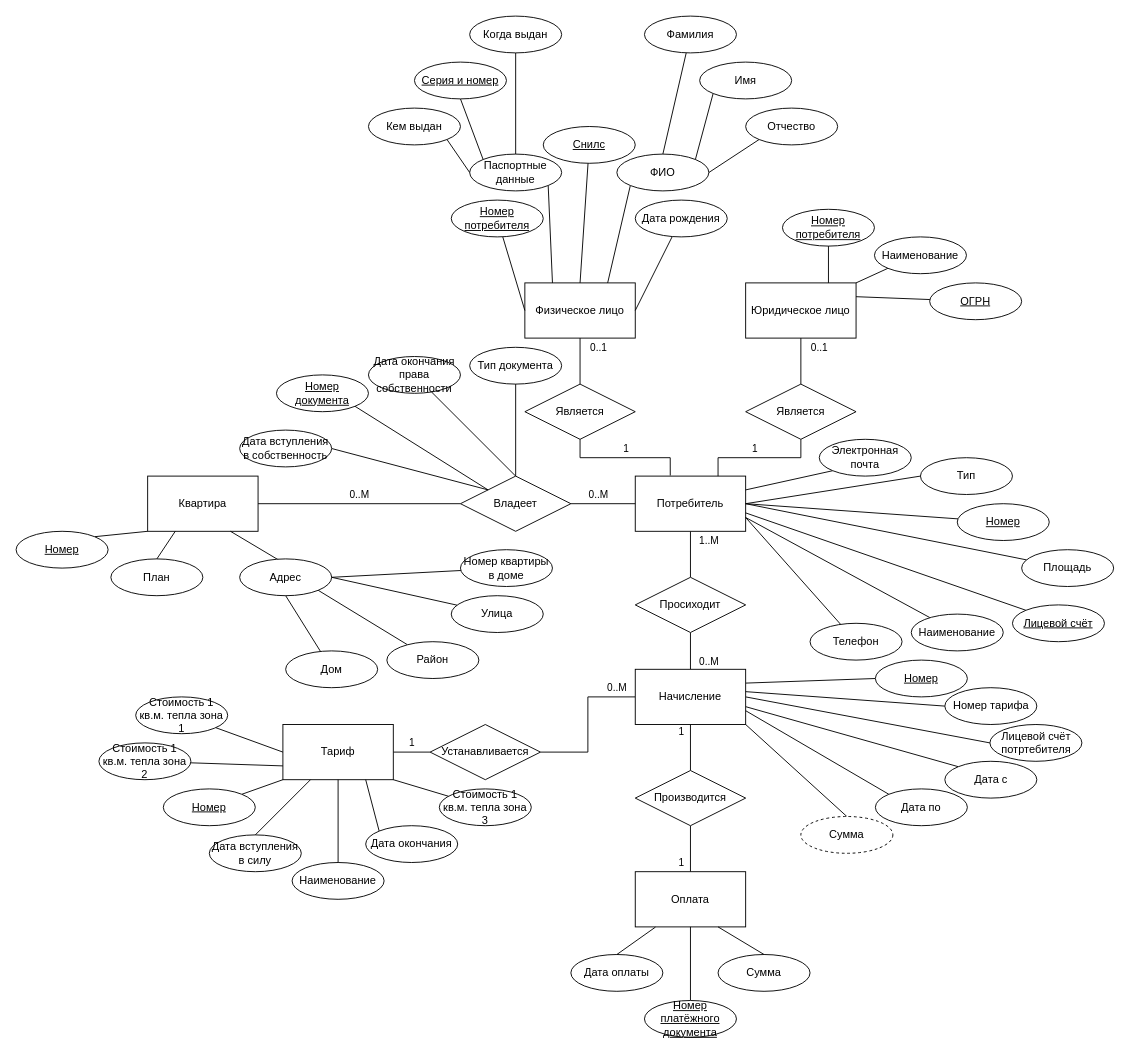
Before: PBD/Z2/Диаграмма/Концептуальная схема уровней сущностей.drawio in Mutabona/4Semestr, a draw.io diagram. Source tidied: cells renumbered, new cells numbered last; positions are measured from the earlier drawing's top-left corner, leaving out a move shared by most shapes. Both pictures are drawn from the tidied source at 92%, with x=0, y=0 at pixel (16, 16).
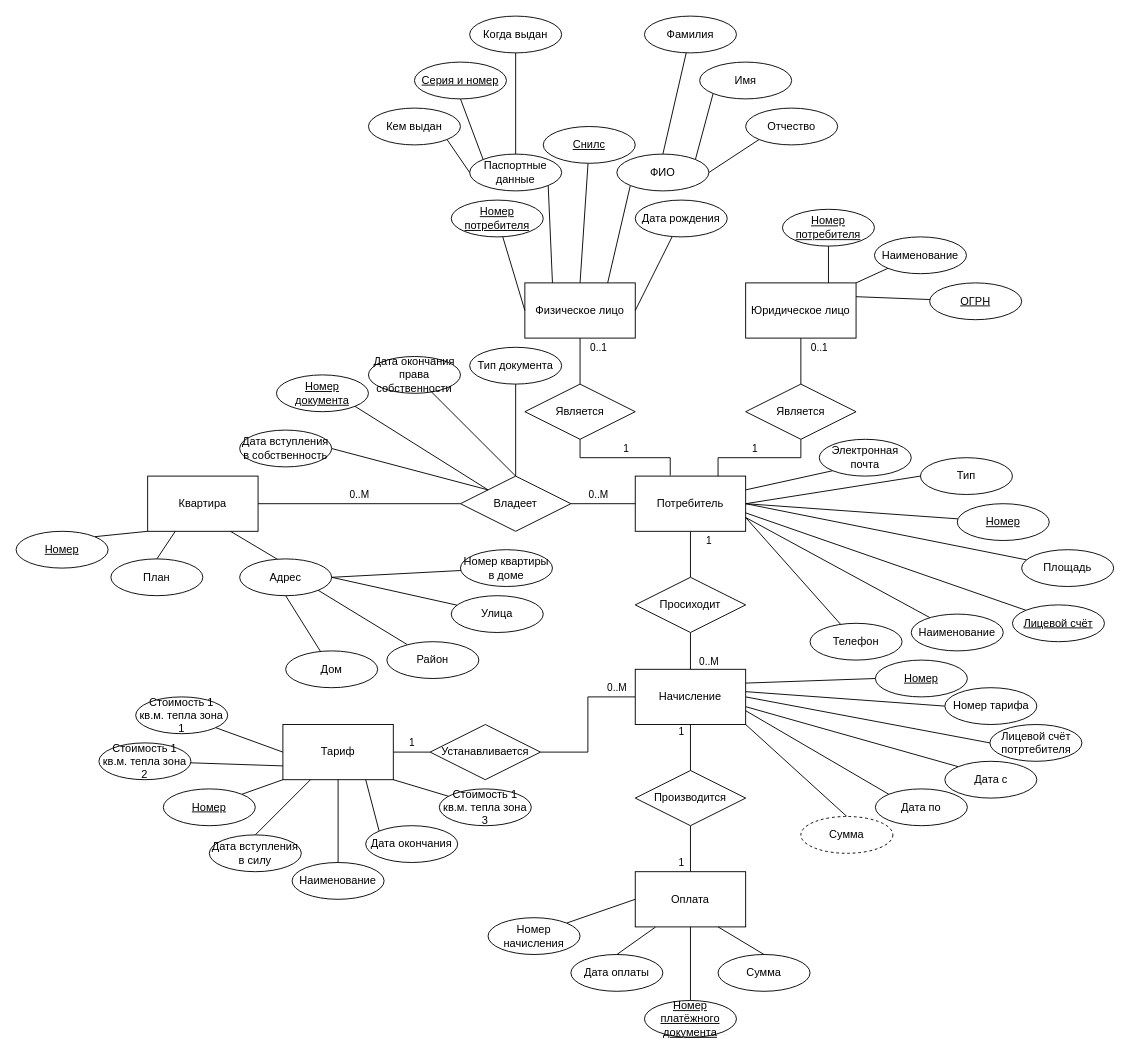
After the change.

Unchanged cells that the change refers to:
```xml
<mxCell id="6" value="Потребитель" style="rounded=0;whiteSpace=wrap;html=1;" parent="1" vertex="1">
  <mxGeometry x="673" y="500" width="120" height="60" as="geometry" />
</mxCell>
<mxCell id="11" value="Оплата" style="rounded=0;whiteSpace=wrap;html=1;" parent="1" vertex="1">
  <mxGeometry x="673" y="930" width="120" height="60" as="geometry" />
</mxCell>
<mxCell id="107" value="Просиходит" style="shape=rhombus;perimeter=rhombusPerimeter;whiteSpace=wrap;html=1;align=center;" parent="1" vertex="1">
  <mxGeometry x="673" y="610" width="120" height="60" as="geometry" />
</mxCell>
```

The edit, as a diff of the source:
```diff
@@
-    <mxCell id="5" value="1..М" style="rounded=0;jettySize=auto;html=1;entryX=0.5;entryY=0;entryDx=0;entryDy=0;endArrow=none;endFill=0;" parent="1" edge="1" source="6" target="107">
+    <mxCell id="5" value="1" style="rounded=0;jettySize=auto;html=1;entryX=0.5;entryY=0;entryDx=0;entryDy=0;endArrow=none;endFill=0;" parent="1" edge="1" source="6" target="107">
       <mxGeometry x="-0.6" y="20" relative="1" as="geometry" />
     </mxCell>
@@
+    <mxCell id="123" style="rounded=0;jettySize=auto;html=1;exitX=1;exitY=0;exitDx=0;exitDy=0;entryX=0;entryY=0.5;entryDx=0;entryDy=0;endArrow=none;endFill=0;" parent="1" edge="1" source="124" target="11">
+      <mxGeometry relative="1" as="geometry" />
+    </mxCell>
+    <mxCell id="124" value="Номер начисления" style="ellipse;whiteSpace=wrap;html=1;align=center;" parent="1" vertex="1">
+      <mxGeometry x="513" y="980" width="100" height="40" as="geometry" />
+    </mxCell>
```
